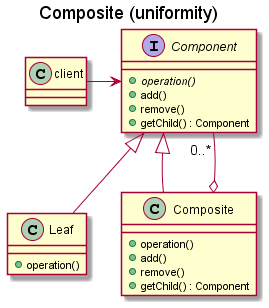
hugorbarbosa/cpp-design-patterns keeps this PlantUML diagram as designPatterns/Composite/assets/CompositeUniformity_diagram.png. Above is the earlier version.
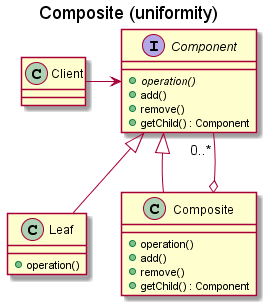
Later version of the same file.

The edit, as a diff of the source:
```diff
@@ -2,7 +2,7 @@
 
 title "Composite (uniformity)"
 
-class client {
+class Client {
 }
 
 interface Component {
@@ -12,7 +12,7 @@
     + getChild() : Component
 }
 
-client -> Component
+Client -> Component
 
 class Leaf {
     + operation()
```
